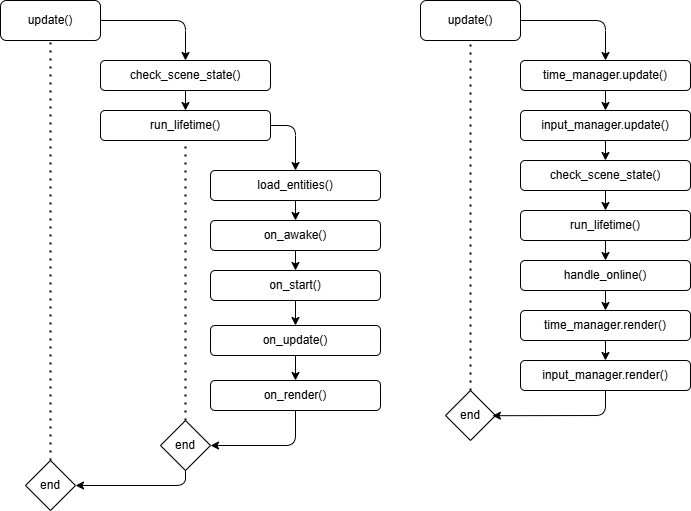
Above: docs/systems/diagrams/exports/turbecs-coreDataStructures.png in EdwardLe0n/TurbECS (draw.io), before the change. Source tidied: cells renumbered, new cells last; positions are measured from the earlier drawing's top-left corner, leaving out a move shared by most shapes. The source it was exported from:
```xml
<mxGraphModel background="#ffffff">
  <root>
    <mxCell id="0" />
    <mxCell id="1" parent="0" />
    <mxCell id="2" style="edgeStyle=none;html=1;exitX=1;exitY=0.5;exitDx=0;exitDy=0;entryX=0.5;entryY=0;entryDx=0;entryDy=0;" parent="1" edge="1" source="3" target="5">
      <mxGeometry relative="1" as="geometry">
        <Array as="points">
          <mxPoint x="185" y="20" />
        </Array>
      </mxGeometry>
    </mxCell>
    <mxCell id="3" value="update()" style="rounded=1;whiteSpace=wrap;html=1;" parent="1" vertex="1">
      <mxGeometry width="100" height="40" as="geometry" />
    </mxCell>
    <mxCell id="4" style="edgeStyle=none;html=1;exitX=0.5;exitY=1;exitDx=0;exitDy=0;entryX=0.5;entryY=0;entryDx=0;entryDy=0;" parent="1" edge="1" source="5" target="7">
      <mxGeometry relative="1" as="geometry" />
    </mxCell>
    <mxCell id="5" value="check_scene_state()" style="rounded=1;whiteSpace=wrap;html=1;" parent="1" vertex="1">
      <mxGeometry x="100" y="60" width="170" height="30" as="geometry" />
    </mxCell>
    <mxCell id="6" style="edgeStyle=none;html=1;exitX=1;exitY=0.5;exitDx=0;exitDy=0;entryX=0.5;entryY=0;entryDx=0;entryDy=0;" parent="1" edge="1" source="7" target="9">
      <mxGeometry relative="1" as="geometry">
        <Array as="points">
          <mxPoint x="295" y="125" />
        </Array>
      </mxGeometry>
    </mxCell>
    <mxCell id="7" value="run_lifetime()" style="rounded=1;whiteSpace=wrap;html=1;" parent="1" vertex="1">
      <mxGeometry x="100" y="110" width="170" height="30" as="geometry" />
    </mxCell>
    <mxCell id="8" style="edgeStyle=none;html=1;exitX=0.5;exitY=1;exitDx=0;exitDy=0;entryX=0.5;entryY=0;entryDx=0;entryDy=0;" parent="1" edge="1" source="9" target="11">
      <mxGeometry relative="1" as="geometry" />
    </mxCell>
    <mxCell id="9" value="load_entities()" style="rounded=1;whiteSpace=wrap;html=1;" parent="1" vertex="1">
      <mxGeometry x="210" y="170" width="170" height="30" as="geometry" />
    </mxCell>
    <mxCell id="10" style="edgeStyle=none;html=1;exitX=0.5;exitY=1;exitDx=0;exitDy=0;entryX=0.5;entryY=0;entryDx=0;entryDy=0;" parent="1" edge="1" source="11" target="13">
      <mxGeometry relative="1" as="geometry" />
    </mxCell>
    <mxCell id="11" value="on_awake()" style="rounded=1;whiteSpace=wrap;html=1;" parent="1" vertex="1">
      <mxGeometry x="210" y="220" width="170" height="30" as="geometry" />
    </mxCell>
    <mxCell id="12" style="edgeStyle=none;html=1;exitX=0.5;exitY=1;exitDx=0;exitDy=0;entryX=0.5;entryY=0;entryDx=0;entryDy=0;" parent="1" edge="1" source="13" target="15">
      <mxGeometry relative="1" as="geometry" />
    </mxCell>
    <mxCell id="13" value="on_start()" style="rounded=1;whiteSpace=wrap;html=1;" parent="1" vertex="1">
      <mxGeometry x="210" y="270" width="170" height="30" as="geometry" />
    </mxCell>
    <mxCell id="14" style="edgeStyle=none;html=1;exitX=0.5;exitY=1;exitDx=0;exitDy=0;entryX=0.5;entryY=0;entryDx=0;entryDy=0;" parent="1" edge="1" source="15" target="17">
      <mxGeometry relative="1" as="geometry" />
    </mxCell>
    <mxCell id="15" value="on_update()" style="rounded=1;whiteSpace=wrap;html=1;" parent="1" vertex="1">
      <mxGeometry x="210" y="325" width="170" height="30" as="geometry" />
    </mxCell>
    <mxCell id="16" style="edgeStyle=none;html=1;exitX=0.5;exitY=1;exitDx=0;exitDy=0;entryX=1;entryY=0.5;entryDx=0;entryDy=0;" parent="1" edge="1" source="17" target="34">
      <mxGeometry relative="1" as="geometry">
        <Array as="points">
          <mxPoint x="295" y="445" />
        </Array>
      </mxGeometry>
    </mxCell>
    <mxCell id="17" value="on_render()" style="rounded=1;whiteSpace=wrap;html=1;" parent="1" vertex="1">
      <mxGeometry x="210" y="380" width="170" height="30" as="geometry" />
    </mxCell>
    <mxCell id="18" style="edgeStyle=none;html=1;exitX=1;exitY=0.5;exitDx=0;exitDy=0;entryX=0.5;entryY=0;entryDx=0;entryDy=0;" parent="1" edge="1" source="19" target="27">
      <mxGeometry relative="1" as="geometry">
        <Array as="points">
          <mxPoint x="605" y="20" />
        </Array>
      </mxGeometry>
    </mxCell>
    <mxCell id="19" value="update()" style="rounded=1;whiteSpace=wrap;html=1;" parent="1" vertex="1">
      <mxGeometry x="420" width="100" height="40" as="geometry" />
    </mxCell>
    <mxCell id="20" style="edgeStyle=none;html=1;exitX=0.5;exitY=1;exitDx=0;exitDy=0;entryX=0.5;entryY=0;entryDx=0;entryDy=0;" parent="1" edge="1" source="21" target="23">
      <mxGeometry relative="1" as="geometry" />
    </mxCell>
    <mxCell id="21" value="check_scene_state()" style="rounded=1;whiteSpace=wrap;html=1;" parent="1" vertex="1">
      <mxGeometry x="520" y="160" width="170" height="30" as="geometry" />
    </mxCell>
    <mxCell id="22" style="edgeStyle=none;html=1;exitX=0.5;exitY=1;exitDx=0;exitDy=0;entryX=0.5;entryY=0;entryDx=0;entryDy=0;" parent="1" edge="1" source="23" target="29">
      <mxGeometry relative="1" as="geometry" />
    </mxCell>
    <mxCell id="23" value="run_lifetime()" style="rounded=1;whiteSpace=wrap;html=1;" parent="1" vertex="1">
      <mxGeometry x="520" y="210" width="170" height="30" as="geometry" />
    </mxCell>
    <mxCell id="24" style="edgeStyle=none;html=1;exitX=0.5;exitY=1;exitDx=0;exitDy=0;entryX=0.5;entryY=0;entryDx=0;entryDy=0;" parent="1" edge="1" source="25" target="21">
      <mxGeometry relative="1" as="geometry" />
    </mxCell>
    <mxCell id="25" value="input_manager.update()" style="rounded=1;whiteSpace=wrap;html=1;" parent="1" vertex="1">
      <mxGeometry x="520" y="110" width="170" height="30" as="geometry" />
    </mxCell>
    <mxCell id="26" style="edgeStyle=none;html=1;exitX=0.5;exitY=1;exitDx=0;exitDy=0;entryX=0.5;entryY=0;entryDx=0;entryDy=0;" parent="1" edge="1" source="27" target="25">
      <mxGeometry relative="1" as="geometry" />
    </mxCell>
    <mxCell id="27" value="time_manager.update()" style="rounded=1;whiteSpace=wrap;html=1;" parent="1" vertex="1">
      <mxGeometry x="520" y="60" width="170" height="30" as="geometry" />
    </mxCell>
    <mxCell id="28" style="edgeStyle=none;html=1;exitX=0.5;exitY=1;exitDx=0;exitDy=0;entryX=0.5;entryY=0;entryDx=0;entryDy=0;" parent="1" edge="1" source="29" target="31">
      <mxGeometry relative="1" as="geometry" />
    </mxCell>
    <mxCell id="29" value="handle_online()" style="rounded=1;whiteSpace=wrap;html=1;" parent="1" vertex="1">
      <mxGeometry x="520" y="260" width="170" height="30" as="geometry" />
    </mxCell>
    <mxCell id="30" style="edgeStyle=none;html=1;exitX=0.5;exitY=1;exitDx=0;exitDy=0;entryX=0.5;entryY=0;entryDx=0;entryDy=0;" parent="1" edge="1" source="31" target="32">
      <mxGeometry relative="1" as="geometry" />
    </mxCell>
    <mxCell id="31" value="time_manager.render()" style="rounded=1;whiteSpace=wrap;html=1;" parent="1" vertex="1">
      <mxGeometry x="520" y="310" width="170" height="30" as="geometry" />
    </mxCell>
    <mxCell id="32" value="input_manager.render()" style="rounded=1;whiteSpace=wrap;html=1;" parent="1" vertex="1">
      <mxGeometry x="520" y="360" width="170" height="30" as="geometry" />
    </mxCell>
    <mxCell id="33" style="edgeStyle=none;html=1;exitX=0.5;exitY=1;exitDx=0;exitDy=0;entryX=1;entryY=0.5;entryDx=0;entryDy=0;" parent="1" edge="1" source="34" target="36">
      <mxGeometry relative="1" as="geometry">
        <Array as="points">
          <mxPoint x="185" y="485" />
        </Array>
      </mxGeometry>
    </mxCell>
    <mxCell id="34" value="end" style="rhombus;whiteSpace=wrap;html=1;" parent="1" vertex="1">
      <mxGeometry x="160" y="420" width="50" height="50" as="geometry" />
    </mxCell>
    <mxCell id="35" style="endArrow=none;dashed=1;html=1;dashPattern=1 3;strokeWidth=2;entryX=0.5;entryY=1;entryDx=0;entryDy=0;exitX=0.5;exitY=0;exitDx=0;exitDy=0;" parent="1" edge="1" source="34" target="7">
      <mxGeometry relative="1" as="geometry" />
    </mxCell>
    <mxCell id="36" value="end" style="rhombus;whiteSpace=wrap;html=1;" parent="1" vertex="1">
      <mxGeometry x="25" y="460" width="50" height="50" as="geometry" />
    </mxCell>
    <mxCell id="37" style="endArrow=none;dashed=1;html=1;dashPattern=1 3;strokeWidth=2;entryX=0.5;entryY=1;entryDx=0;entryDy=0;exitX=0.5;exitY=0;exitDx=0;exitDy=0;" parent="1" edge="1" source="36" target="3">
      <mxGeometry relative="1" as="geometry" />
    </mxCell>
    <mxCell id="38" value="end" style="rhombus;whiteSpace=wrap;html=1;" parent="1" vertex="1">
      <mxGeometry x="445" y="390" width="50" height="50" as="geometry" />
    </mxCell>
    <mxCell id="39" style="endArrow=none;dashed=1;html=1;dashPattern=1 3;strokeWidth=2;entryX=0.5;entryY=1;entryDx=0;entryDy=0;exitX=0.5;exitY=0;exitDx=0;exitDy=0;" parent="1" edge="1" source="38" target="19">
      <mxGeometry relative="1" as="geometry" />
    </mxCell>
    <mxCell id="40" style="edgeStyle=none;html=1;exitX=0.5;exitY=1;exitDx=0;exitDy=0;entryX=0.939;entryY=0.504;entryDx=0;entryDy=0;entryPerimeter=0;" parent="1" edge="1" source="32" target="38">
      <mxGeometry relative="1" as="geometry">
        <Array as="points">
          <mxPoint x="605" y="415" />
        </Array>
      </mxGeometry>
    </mxCell>
  </root>
</mxGraphModel>
```
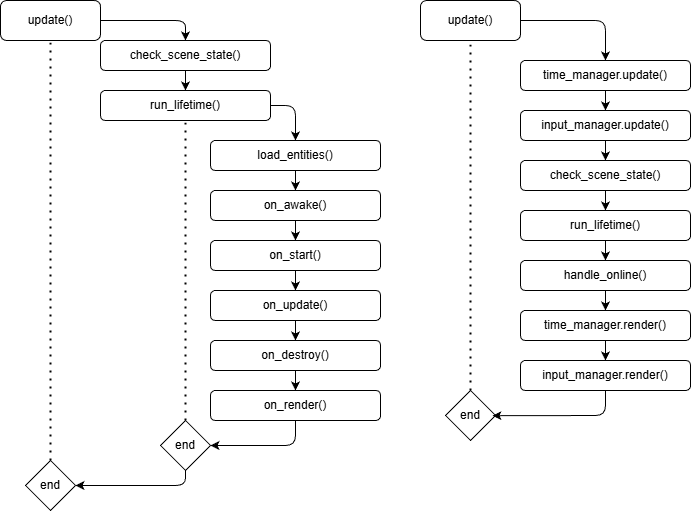
After the commit.

Change to the diagram source:
```diff
@@ -16,41 +16,41 @@
       <mxGeometry relative="1" as="geometry" />
     </mxCell>
     <mxCell id="5" value="check_scene_state()" style="rounded=1;whiteSpace=wrap;html=1;" parent="1" vertex="1">
-      <mxGeometry x="100" y="60" width="170" height="30" as="geometry" />
+      <mxGeometry x="100" y="40" width="170" height="30" as="geometry" />
     </mxCell>
     <mxCell id="6" style="edgeStyle=none;html=1;exitX=1;exitY=0.5;exitDx=0;exitDy=0;entryX=0.5;entryY=0;entryDx=0;entryDy=0;" parent="1" edge="1" source="7" target="9">
       <mxGeometry relative="1" as="geometry">
         <Array as="points">
-          <mxPoint x="295" y="125" />
+          <mxPoint x="295" y="105" />
         </Array>
       </mxGeometry>
     </mxCell>
     <mxCell id="7" value="run_lifetime()" style="rounded=1;whiteSpace=wrap;html=1;" parent="1" vertex="1">
-      <mxGeometry x="100" y="110" width="170" height="30" as="geometry" />
+      <mxGeometry x="100" y="90" width="170" height="30" as="geometry" />
     </mxCell>
     <mxCell id="8" style="edgeStyle=none;html=1;exitX=0.5;exitY=1;exitDx=0;exitDy=0;entryX=0.5;entryY=0;entryDx=0;entryDy=0;" parent="1" edge="1" source="9" target="11">
       <mxGeometry relative="1" as="geometry" />
     </mxCell>
     <mxCell id="9" value="load_entities()" style="rounded=1;whiteSpace=wrap;html=1;" parent="1" vertex="1">
-      <mxGeometry x="210" y="170" width="170" height="30" as="geometry" />
+      <mxGeometry x="210" y="140" width="170" height="30" as="geometry" />
     </mxCell>
     <mxCell id="10" style="edgeStyle=none;html=1;exitX=0.5;exitY=1;exitDx=0;exitDy=0;entryX=0.5;entryY=0;entryDx=0;entryDy=0;" parent="1" edge="1" source="11" target="13">
       <mxGeometry relative="1" as="geometry" />
     </mxCell>
     <mxCell id="11" value="on_awake()" style="rounded=1;whiteSpace=wrap;html=1;" parent="1" vertex="1">
-      <mxGeometry x="210" y="220" width="170" height="30" as="geometry" />
+      <mxGeometry x="210" y="190" width="170" height="30" as="geometry" />
     </mxCell>
     <mxCell id="12" style="edgeStyle=none;html=1;exitX=0.5;exitY=1;exitDx=0;exitDy=0;entryX=0.5;entryY=0;entryDx=0;entryDy=0;" parent="1" edge="1" source="13" target="15">
       <mxGeometry relative="1" as="geometry" />
     </mxCell>
     <mxCell id="13" value="on_start()" style="rounded=1;whiteSpace=wrap;html=1;" parent="1" vertex="1">
-      <mxGeometry x="210" y="270" width="170" height="30" as="geometry" />
+      <mxGeometry x="210" y="240" width="170" height="30" as="geometry" />
     </mxCell>
-    <mxCell id="14" style="edgeStyle=none;html=1;exitX=0.5;exitY=1;exitDx=0;exitDy=0;entryX=0.5;entryY=0;entryDx=0;entryDy=0;" parent="1" edge="1" source="15" target="17">
+    <mxCell id="14" style="edgeStyle=none;html=1;exitX=0.5;exitY=1;exitDx=0;exitDy=0;entryX=0.5;entryY=0;entryDx=0;entryDy=0;" parent="1" edge="1" source="15" target="42">
       <mxGeometry relative="1" as="geometry" />
     </mxCell>
     <mxCell id="15" value="on_update()" style="rounded=1;whiteSpace=wrap;html=1;" parent="1" vertex="1">
-      <mxGeometry x="210" y="325" width="170" height="30" as="geometry" />
+      <mxGeometry x="210" y="290" width="170" height="30" as="geometry" />
     </mxCell>
     <mxCell id="16" style="edgeStyle=none;html=1;exitX=0.5;exitY=1;exitDx=0;exitDy=0;entryX=1;entryY=0.5;entryDx=0;entryDy=0;" parent="1" edge="1" source="17" target="34">
       <mxGeometry relative="1" as="geometry">
@@ -60,7 +60,7 @@
       </mxGeometry>
     </mxCell>
     <mxCell id="17" value="on_render()" style="rounded=1;whiteSpace=wrap;html=1;" parent="1" vertex="1">
-      <mxGeometry x="210" y="380" width="170" height="30" as="geometry" />
+      <mxGeometry x="210" y="390" width="170" height="30" as="geometry" />
     </mxCell>
     <mxCell id="18" style="edgeStyle=none;html=1;exitX=1;exitY=0.5;exitDx=0;exitDy=0;entryX=0.5;entryY=0;entryDx=0;entryDy=0;" parent="1" edge="1" source="19" target="27">
       <mxGeometry relative="1" as="geometry">
@@ -143,5 +143,11 @@
         </Array>
       </mxGeometry>
     </mxCell>
+    <mxCell id="41" style="edgeStyle=none;html=1;exitX=0.5;exitY=1;exitDx=0;exitDy=0;entryX=0.5;entryY=0;entryDx=0;entryDy=0;" parent="1" edge="1" source="42" target="17">
+      <mxGeometry relative="1" as="geometry" />
+    </mxCell>
+    <mxCell id="42" value="on_destroy()" style="rounded=1;whiteSpace=wrap;html=1;" parent="1" vertex="1">
+      <mxGeometry x="210" y="340" width="170" height="30" as="geometry" />
+    </mxCell>
   </root>
 </mxGraphModel>
```
